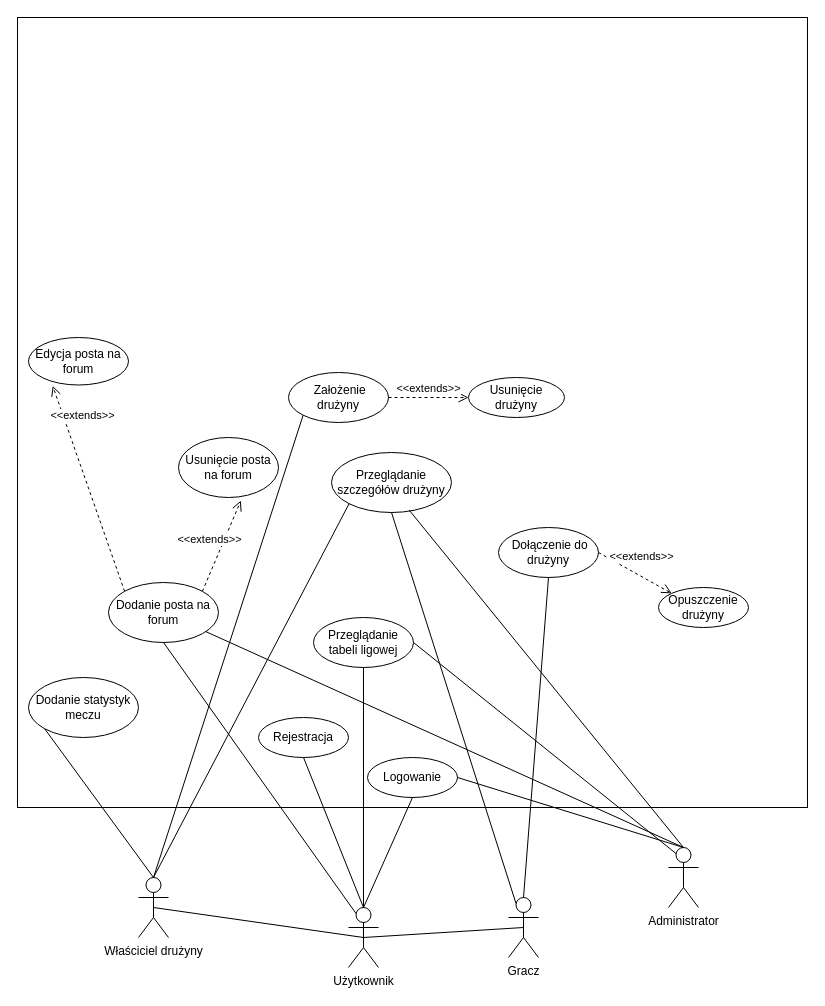
Before: dpu.drawio in matelakjakub/PracowniaDyplomowa, a draw.io diagram. Source tidied: cells renumbered, new cells numbered last; positions are measured from the earlier drawing's top-left corner, leaving out a move shared by most shapes. Both pictures are drawn from the tidied source at 100%, with x=0, y=0 at pixel (17, 17).
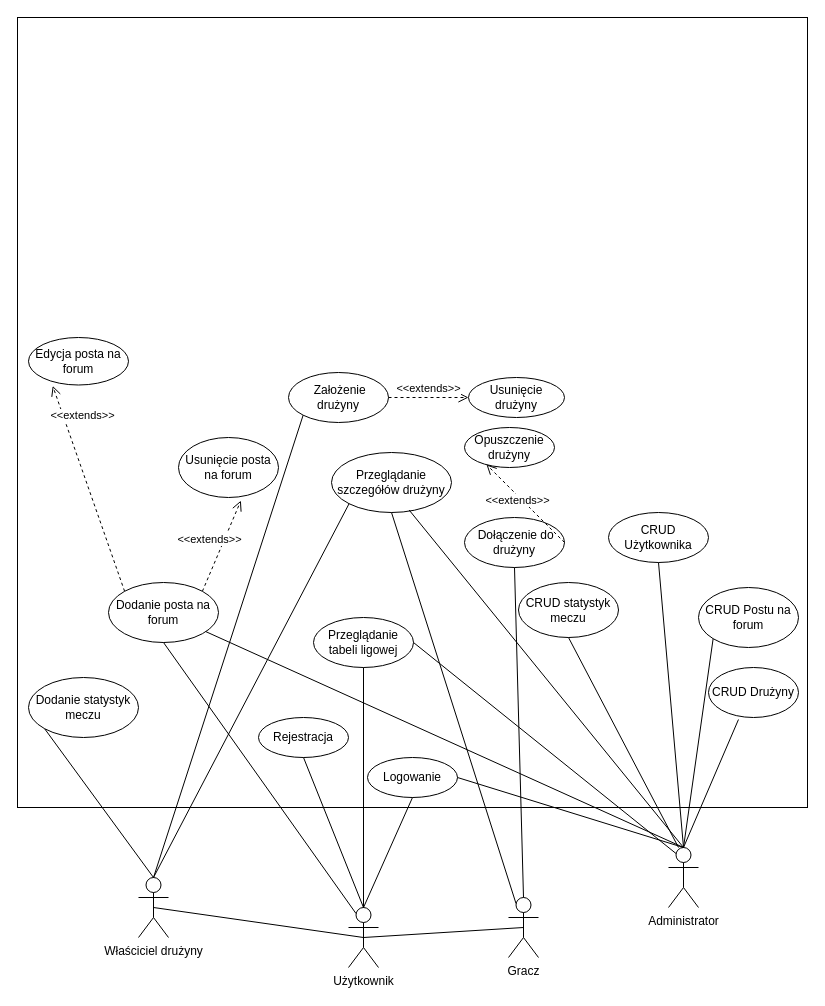
Above is the later version.

The change refers to these unchanged cells:
```xml
<mxCell id="4" value="Administrator" style="shape=umlActor;verticalLabelPosition=bottom;verticalAlign=top;html=1;outlineConnect=0;" parent="1" vertex="1">
  <mxGeometry x="651" y="830" width="30" height="60" as="geometry" />
</mxCell>
```

Diff of the diagram source:
```diff
@@
     <mxCell id="10" value="&amp;nbsp;Dołączenie do drużyny" style="ellipse;whiteSpace=wrap;html=1;" parent="1" vertex="1">
-      <mxGeometry x="481" y="510" width="100" height="50" as="geometry" />
+      <mxGeometry x="447" y="500" width="100" height="50" as="geometry" />
     </mxCell>
@@
     <mxCell id="14" value="&lt;div&gt;Opuszczenie&lt;/div&gt;&lt;div&gt;drużyny&lt;br&gt;&lt;/div&gt;" style="ellipse;whiteSpace=wrap;html=1;" parent="1" vertex="1">
-      <mxGeometry x="641" y="570" width="90" height="40" as="geometry" />
+      <mxGeometry x="447" y="410" width="90" height="40" as="geometry" />
     </mxCell>
@@
-    <mxCell id="23" value="&amp;lt;&amp;lt;extends&amp;gt;&amp;gt;" style="html=1;verticalAlign=bottom;endArrow=open;dashed=1;endSize=8;curved=0;rounded=0;exitX=1;exitY=0.5;exitDx=0;exitDy=0;entryX=0;entryY=0;entryDx=0;entryDy=0;" parent="1" edge="1" source="10" target="14">
+    <mxCell id="23" value="&amp;lt;&amp;lt;extends&amp;gt;&amp;gt;" style="html=1;verticalAlign=bottom;endArrow=open;dashed=1;endSize=8;curved=0;rounded=0;exitX=1;exitY=0.5;exitDx=0;exitDy=0;entryX=0.244;entryY=0.925;entryDx=0;entryDy=0;entryPerimeter=0;" parent="1" edge="1" source="10" target="14">
       <mxGeometry x="0.04" y="10" relative="1" as="geometry" />
     </mxCell>
@@
+    <mxCell id="38" value="CRUD Użytkownika" style="ellipse;whiteSpace=wrap;html=1;" parent="1" vertex="1">
+      <mxGeometry x="591" y="495" width="100" height="50" as="geometry" />
+    </mxCell>
+    <mxCell id="39" value="CRUD Postu na forum" style="ellipse;whiteSpace=wrap;html=1;" parent="1" vertex="1">
+      <mxGeometry x="681" y="570" width="100" height="60" as="geometry" />
+    </mxCell>
+    <mxCell id="40" value="CRUD Drużyny" style="ellipse;whiteSpace=wrap;html=1;" parent="1" vertex="1">
+      <mxGeometry x="691" y="650" width="90" height="50" as="geometry" />
+    </mxCell>
+    <mxCell id="41" value="CRUD statystyk meczu" style="ellipse;whiteSpace=wrap;html=1;" parent="1" vertex="1">
+      <mxGeometry x="501" y="565" width="100" height="55" as="geometry" />
+    </mxCell>
+    <mxCell id="42" style="endArrow=none;html=1;rounded=0;exitX=0.5;exitY=0;exitDx=0;exitDy=0;exitPerimeter=0;entryX=0.333;entryY=1.04;entryDx=0;entryDy=0;entryPerimeter=0;" parent="1" edge="1" source="4" target="40">
+      <mxGeometry relative="1" as="geometry" />
+    </mxCell>
+    <mxCell id="43" style="endArrow=none;html=1;rounded=0;entryX=0.5;entryY=1;entryDx=0;entryDy=0;" parent="1" edge="1" target="41">
+      <mxGeometry relative="1" as="geometry">
+        <mxPoint x="661" y="830" as="sourcePoint" />
+      </mxGeometry>
+    </mxCell>
+    <mxCell id="44" style="endArrow=none;html=1;rounded=0;exitX=0.5;exitY=0;exitDx=0;exitDy=0;exitPerimeter=0;entryX=0;entryY=1;entryDx=0;entryDy=0;" parent="1" edge="1" source="4" target="39">
+      <mxGeometry relative="1" as="geometry" />
+    </mxCell>
+    <mxCell id="45" style="endArrow=none;html=1;rounded=0;exitX=0.5;exitY=0;exitDx=0;exitDy=0;exitPerimeter=0;entryX=0.5;entryY=1;entryDx=0;entryDy=0;" parent="1" edge="1" source="4" target="38">
+      <mxGeometry relative="1" as="geometry" />
+    </mxCell>
```
